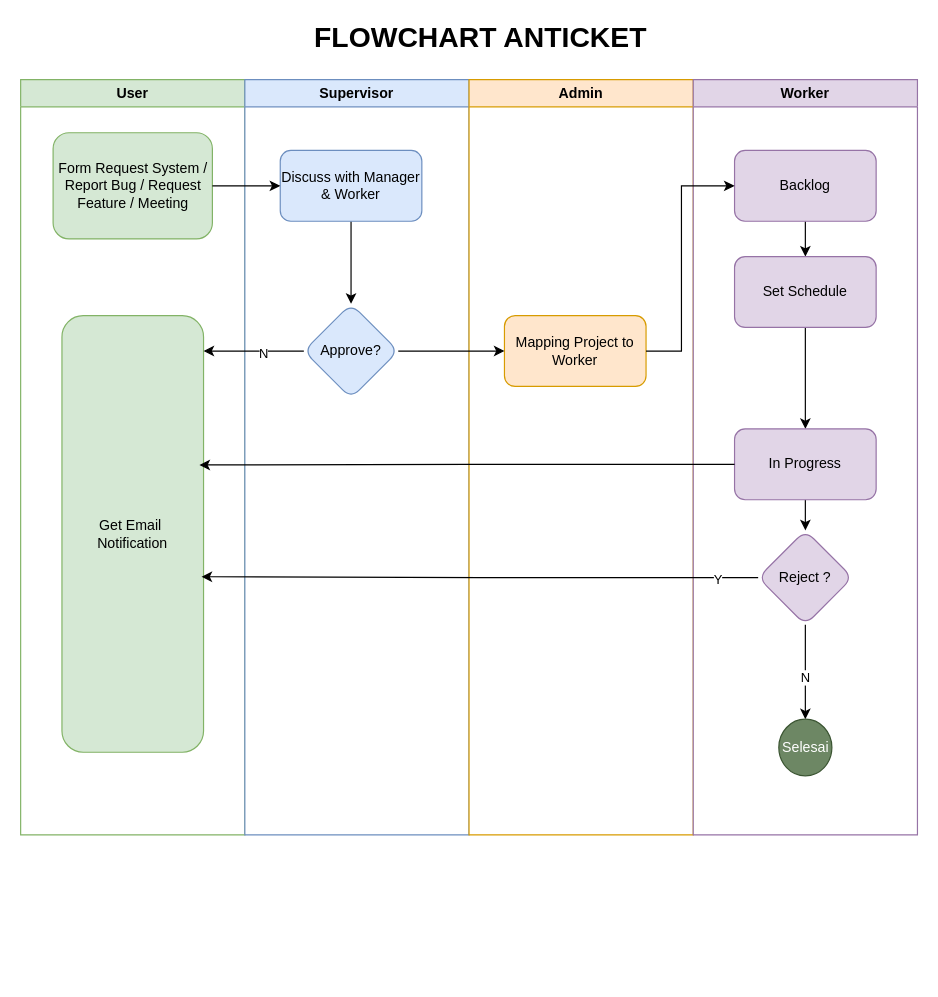
This is document/Flowchart Anticket.drawio from andarutr/anticket-ci3, a draw.io file, before an edit. Source tidied: cells renumbered, new cells numbered last; positions are measured from the earlier drawing's top-left corner, leaving out a move shared by most shapes. Both pictures are drawn from the tidied source at 118%, with x=0, y=0 at pixel (20, 20).
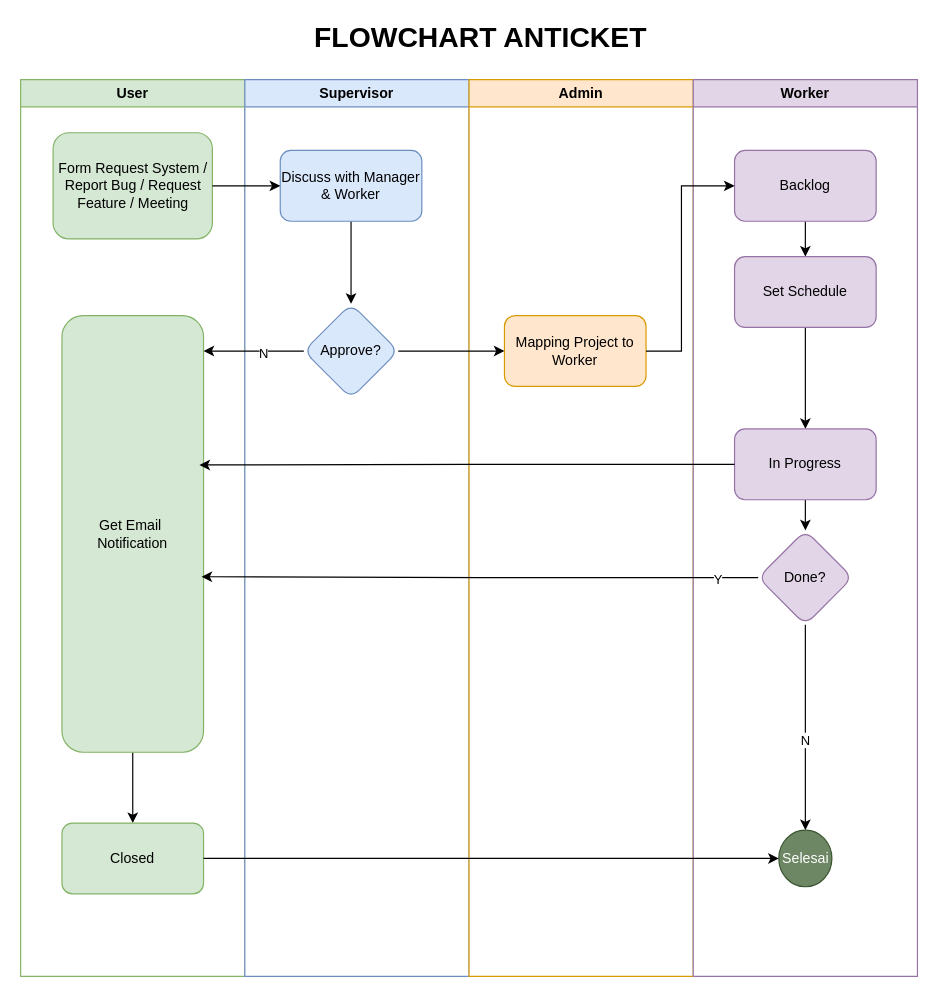
The same diagram, later.

The change refers to these unchanged cells:
```xml
<mxCell id="4" value="Get Email&amp;nbsp;&lt;div&gt;Notification&lt;/div&gt;" style="rounded=1;whiteSpace=wrap;html=1;fillColor=#d5e8d4;strokeColor=#82b366;" parent="2" vertex="1">
  <mxGeometry x="35" y="200" width="120" height="370" as="geometry" />
</mxCell>
```

Diff of the diagram source:
```diff
@@
     <mxCell id="2" value="User" style="swimlane;whiteSpace=wrap;html=1;swimlaneFillColor=default;fillColor=#d5e8d4;strokeColor=#82b366;" parent="1" vertex="1">
-      <mxGeometry y="50" width="190" height="640" as="geometry" />
+      <mxGeometry y="50" width="190" height="760" as="geometry" />
     </mxCell>
@@
+    <mxCell id="31" style="edgeStyle=orthogonalEdgeStyle;rounded=0;jettySize=auto;html=1;" parent="2" edge="1" source="4" target="32">
+      <mxGeometry relative="1" as="geometry" />
+    </mxCell>
@@
+    <mxCell id="32" value="Closed" style="whiteSpace=wrap;html=1;fillColor=#d5e8d4;strokeColor=#82b366;rounded=1;" parent="2" vertex="1">
+      <mxGeometry x="35" y="630" width="120" height="60" as="geometry" />
+    </mxCell>
     <mxCell id="5" value="Supervisor" style="swimlane;whiteSpace=wrap;html=1;swimlaneFillColor=default;fillColor=#dae8fc;strokeColor=#6c8ebf;" parent="1" vertex="1">
-      <mxGeometry x="190" y="50" width="190" height="640" as="geometry" />
+      <mxGeometry x="190" y="50" width="190" height="760" as="geometry" />
     </mxCell>
@@
     <mxCell id="9" value="Admin" style="swimlane;whiteSpace=wrap;html=1;swimlaneFillColor=default;fillColor=#ffe6cc;strokeColor=#d79b00;" parent="1" vertex="1">
-      <mxGeometry x="380" y="50" width="190" height="640" as="geometry" />
+      <mxGeometry x="380" y="50" width="190" height="760" as="geometry" />
     </mxCell>
@@
     <mxCell id="11" value="Worker" style="swimlane;whiteSpace=wrap;html=1;swimlaneFillColor=default;fillColor=#e1d5e7;strokeColor=#9673a6;" parent="1" vertex="1">
-      <mxGeometry x="570" y="50" width="190" height="640" as="geometry" />
+      <mxGeometry x="570" y="50" width="190" height="760" as="geometry" />
     </mxCell>
@@
-    <mxCell id="20" value="Reject ?" style="rhombus;whiteSpace=wrap;html=1;rounded=1;fillColor=#e1d5e7;strokeColor=#9673a6;" parent="11" vertex="1">
+    <mxCell id="20" value="Done?" style="rhombus;whiteSpace=wrap;html=1;rounded=1;fillColor=#e1d5e7;strokeColor=#9673a6;" parent="11" vertex="1">
       <mxGeometry x="55" y="382" width="80" height="80" as="geometry" />
     </mxCell>
     <mxCell id="21" value="Selesai" style="ellipse;whiteSpace=wrap;html=1;rounded=1;fillColor=#6d8764;fontColor=#ffffff;strokeColor=#3A5431;" parent="11" vertex="1">
-      <mxGeometry x="72.5" y="542" width="45" height="48" as="geometry" />
+      <mxGeometry x="72.5" y="636" width="45" height="48" as="geometry" />
     </mxCell>
@@
+    <mxCell id="33" style="edgeStyle=orthogonalEdgeStyle;rounded=0;jettySize=auto;html=1;entryX=0;entryY=0.5;entryDx=0;entryDy=0;" parent="1" edge="1" source="32" target="21">
+      <mxGeometry relative="1" as="geometry" />
+    </mxCell>
```
